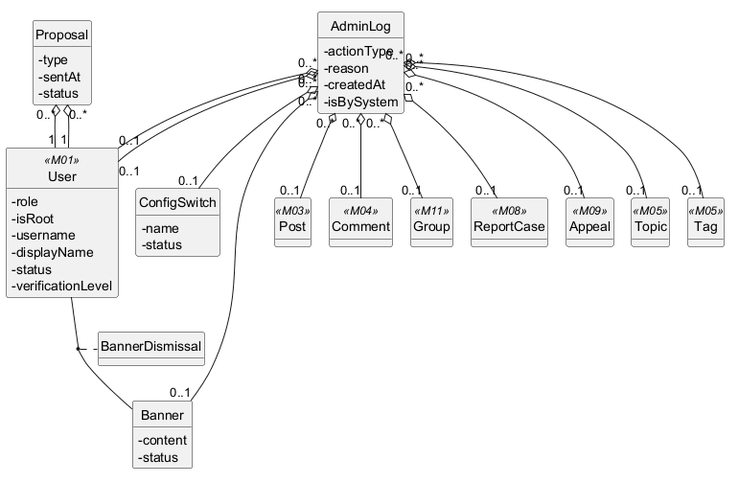
The PlantUML diagram .agents/.claude/system_analysis/output/data-model/ec/diagrams/EC-M10.png in ducsiukap/iShare, before a commit. Its diagram source:
```plantuml
@startuml
!pragma layout smetana
hide circle
hide methods
skinparam classAttributeIconSize 0

class Proposal {
  -type
  -sentAt
  -status
}
class ConfigSwitch {
  -name
  -status
}
class Banner {
  -content
  -status
}
class BannerDismissal {
}
class AdminLog {
  -actionType
  -reason
  -createdAt
  -isBySystem
}
class User <<M01>> {
  -role
  -isRoot
  -username
  -displayName
  -status
  -verificationLevel
}
class Post <<M03>> {
}
class Comment <<M04>> {
}
class Group <<M11>> {
}
class ReportCase <<M08>> {
}
class Appeal <<M09>> {
}
class Topic <<M05>> {
}
class Tag <<M05>> {
}

(User, Banner) .. BannerDismissal
Proposal "0..*" o-- "1" User
Proposal "0..*" o-- "1" User
AdminLog "0..*" o-- "0..1" User
AdminLog "0..*" o-- "0..1" User
AdminLog "0..*" o-- "0..1" ConfigSwitch
AdminLog "0..*" o-- "0..1" Banner
AdminLog "0..*" o-- "0..1" Post
AdminLog "0..*" o-- "0..1" Comment
AdminLog "0..*" o-- "0..1" Group
AdminLog "0..*" o-- "0..1" ReportCase
AdminLog "0..*" o-- "0..1" Appeal
AdminLog "0..*" o-- "0..1" Topic
AdminLog "0..*" o-- "0..1" Tag

@enduml
```
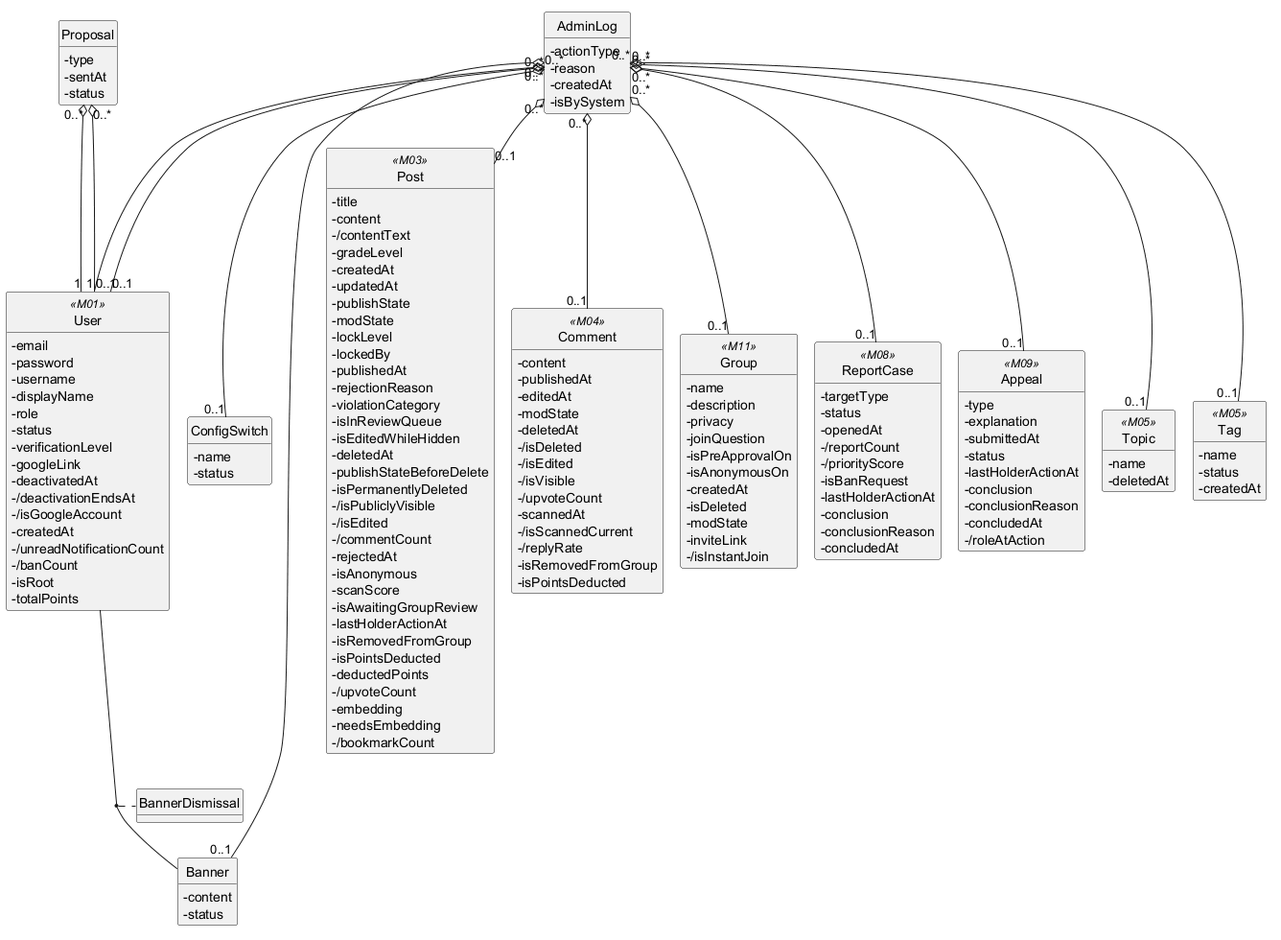
The same diagram one commit later.

What changed in the source:
```diff
@@ -26,26 +26,118 @@
   -isBySystem
 }
 class User <<M01>> {
-  -role
-  -isRoot
+  -email
+  -password
   -username
   -displayName
+  -role
   -status
   -verificationLevel
+  -googleLink
+  -deactivatedAt
+  -/deactivationEndsAt
+  -/isGoogleAccount
+  -createdAt
+  -/unreadNotificationCount
+  -/banCount
+  -isRoot
+  -totalPoints
 }
 class Post <<M03>> {
+  -title
+  -content
+  -/contentText
+  -gradeLevel
+  -createdAt
+  -updatedAt
+  -publishState
+  -modState
+  -lockLevel
+  -lockedBy
+  -publishedAt
+  -rejectionReason
+  -violationCategory
+  -isInReviewQueue
+  -isEditedWhileHidden
+  -deletedAt
+  -publishStateBeforeDelete
+  -isPermanentlyDeleted
+  -/isPubliclyVisible
+  -/isEdited
+  -/commentCount
+  -rejectedAt
+  -isAnonymous
+  -scanScore
+  -isAwaitingGroupReview
+  -lastHolderActionAt
+  -isRemovedFromGroup
+  -isPointsDeducted
+  -deductedPoints
+  -/upvoteCount
+  -embedding
+  -needsEmbedding
+  -/bookmarkCount
 }
 class Comment <<M04>> {
+  -content
+  -publishedAt
+  -editedAt
+  -modState
+  -deletedAt
+  -/isDeleted
+  -/isEdited
+  -/isVisible
+  -/upvoteCount
+  -scannedAt
+  -/isScannedCurrent
+  -/replyRate
+  -isRemovedFromGroup
+  -isPointsDeducted
 }
 class Group <<M11>> {
+  -name
+  -description
+  -privacy
+  -joinQuestion
+  -isPreApprovalOn
+  -isAnonymousOn
+  -createdAt
+  -isDeleted
+  -modState
+  -inviteLink
+  -/isInstantJoin
 }
 class ReportCase <<M08>> {
+  -targetType
+  -status
+  -openedAt
+  -/reportCount
+  -/priorityScore
+  -isBanRequest
+  -lastHolderActionAt
+  -conclusion
+  -conclusionReason
+  -concludedAt
 }
 class Appeal <<M09>> {
+  -type
+  -explanation
+  -submittedAt
+  -status
+  -lastHolderActionAt
+  -conclusion
+  -conclusionReason
+  -concludedAt
+  -/roleAtAction
 }
 class Topic <<M05>> {
+  -name
+  -deletedAt
 }
 class Tag <<M05>> {
+  -name
+  -status
+  -createdAt
 }
 
 (User, Banner) .. BannerDismissal
```
